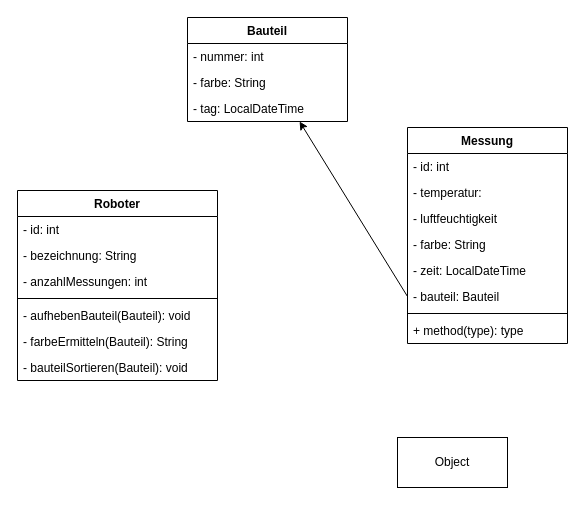
Above: Datenbank-Diagramm.drawio in RGBRobo/Service-Docs (draw.io), before the change. Source tidied: cells renumbered, new cells numbered last; positions are measured from the earlier drawing's top-left corner, leaving out a move shared by most shapes. Both pictures are drawn from the tidied source at 100%, with x=0, y=0 at pixel (17, 17).
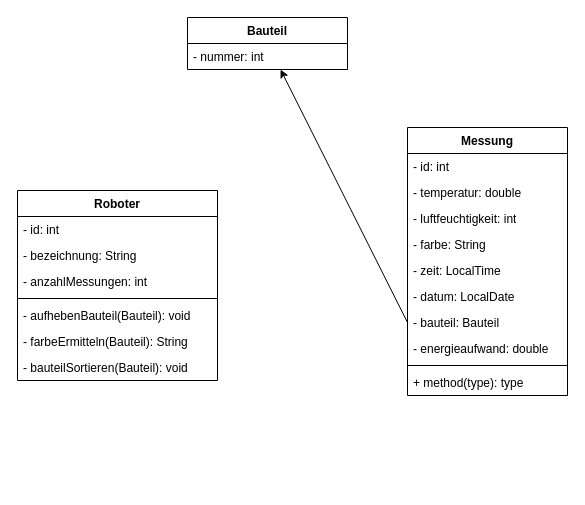
Above is the later version.

The edit, as a diff of the source:
```diff
@@
     <mxCell id="2" value="Bauteil" style="swimlane;fontStyle=1;align=center;verticalAlign=top;horizontal=1;startSize=26;whiteSpace=wrap;html=1;" parent="1" vertex="1">
-      <mxGeometry x="170" width="160" height="104" as="geometry" />
+      <mxGeometry x="170" width="160" height="52" as="geometry" />
     </mxCell>
@@
-    <mxCell id="4" value="- farbe: String" style="text;strokeColor=none;fillColor=none;align=left;verticalAlign=top;spacingLeft=4;spacingRight=4;overflow=hidden;whiteSpace=wrap;html=1;" parent="2" vertex="1">
-      <mxGeometry y="52" width="160" height="26" as="geometry" />
-    </mxCell>
-    <mxCell id="5" value="- tag: LocalDateTime" style="text;strokeColor=none;fillColor=none;align=left;verticalAlign=top;spacingLeft=4;spacingRight=4;overflow=hidden;whiteSpace=wrap;html=1;" parent="2" vertex="1">
-      <mxGeometry y="78" width="160" height="26" as="geometry" />
-    </mxCell>
     <mxCell id="6" value="Messung" style="swimlane;fontStyle=1;align=center;verticalAlign=top;horizontal=1;startSize=26;whiteSpace=wrap;html=1;" parent="1" vertex="1">
-      <mxGeometry x="390" y="110" width="160" height="216" as="geometry" />
+      <mxGeometry x="390" y="110" width="160" height="268" as="geometry" />
     </mxCell>
@@
-    <mxCell id="8" value="- temperatur: " style="text;strokeColor=none;fillColor=none;align=left;verticalAlign=top;spacingLeft=4;spacingRight=4;overflow=hidden;whiteSpace=wrap;html=1;" parent="6" vertex="1">
+    <mxCell id="8" value="- temperatur: double " style="text;strokeColor=none;fillColor=none;align=left;verticalAlign=top;spacingLeft=4;spacingRight=4;overflow=hidden;whiteSpace=wrap;html=1;" parent="6" vertex="1">
       <mxGeometry y="52" width="160" height="26" as="geometry" />
     </mxCell>
-    <mxCell id="9" value="- luftfeuchtigkeit" style="text;strokeColor=none;fillColor=none;align=left;verticalAlign=top;spacingLeft=4;spacingRight=4;overflow=hidden;whiteSpace=wrap;html=1;" parent="6" vertex="1">
+    <mxCell id="9" value="- luftfeuchtigkeit: int" style="text;strokeColor=none;fillColor=none;align=left;verticalAlign=top;spacingLeft=4;spacingRight=4;overflow=hidden;whiteSpace=wrap;html=1;" parent="6" vertex="1">
       <mxGeometry y="78" width="160" height="26" as="geometry" />
     </mxCell>
@@
-    <mxCell id="11" value="- zeit: LocalDateTime" style="text;strokeColor=none;fillColor=none;align=left;verticalAlign=top;spacingLeft=4;spacingRight=4;overflow=hidden;whiteSpace=wrap;html=1;" parent="6" vertex="1">
+    <mxCell id="11" value="- zeit: LocalTime" style="text;strokeColor=none;fillColor=none;align=left;verticalAlign=top;spacingLeft=4;spacingRight=4;overflow=hidden;whiteSpace=wrap;html=1;" parent="6" vertex="1">
       <mxGeometry y="130" width="160" height="26" as="geometry" />
     </mxCell>
+    <mxCell id="5" value="- datum: LocalDate" style="text;strokeColor=none;fillColor=none;align=left;verticalAlign=top;spacingLeft=4;spacingRight=4;overflow=hidden;whiteSpace=wrap;html=1;" parent="6" vertex="1">
+      <mxGeometry y="156" width="160" height="26" as="geometry" />
+    </mxCell>
     <mxCell id="12" value="- bauteil: Bauteil" style="text;strokeColor=none;fillColor=none;align=left;verticalAlign=top;spacingLeft=4;spacingRight=4;overflow=hidden;points=[[0,0.5],[1,0.5]];portConstraint=eastwest;whiteSpace=wrap;html=1;" parent="6" vertex="1">
-      <mxGeometry y="156" width="160" height="26" as="geometry" />
+      <mxGeometry y="182" width="160" height="26" as="geometry" />
     </mxCell>
+    <mxCell id="25" value="- energieaufwand: double" style="text;strokeColor=none;fillColor=none;align=left;verticalAlign=top;spacingLeft=4;spacingRight=4;overflow=hidden;whiteSpace=wrap;html=1;" parent="6" vertex="1">
+      <mxGeometry y="208" width="160" height="26" as="geometry" />
+    </mxCell>
     <mxCell id="13" style="line;strokeWidth=1;fillColor=none;align=left;verticalAlign=middle;spacingTop=-1;spacingLeft=3;spacingRight=3;labelPosition=right;strokeColor=inherit;" parent="6" vertex="1">
-      <mxGeometry y="182" width="160" height="8" as="geometry" />
+      <mxGeometry y="234" width="160" height="8" as="geometry" />
     </mxCell>
     <mxCell id="14" value="+ method(type): type" style="text;strokeColor=none;fillColor=none;align=left;verticalAlign=top;spacingLeft=4;spacingRight=4;overflow=hidden;whiteSpace=wrap;html=1;" parent="6" vertex="1">
-      <mxGeometry y="190" width="160" height="26" as="geometry" />
+      <mxGeometry y="242" width="160" height="26" as="geometry" />
     </mxCell>
@@
-    <mxCell id="24" value="Object" style="html=1;whiteSpace=wrap;" parent="1" vertex="1">
-      <mxGeometry x="380" y="420" width="110" height="50" as="geometry" />
-    </mxCell>
```
